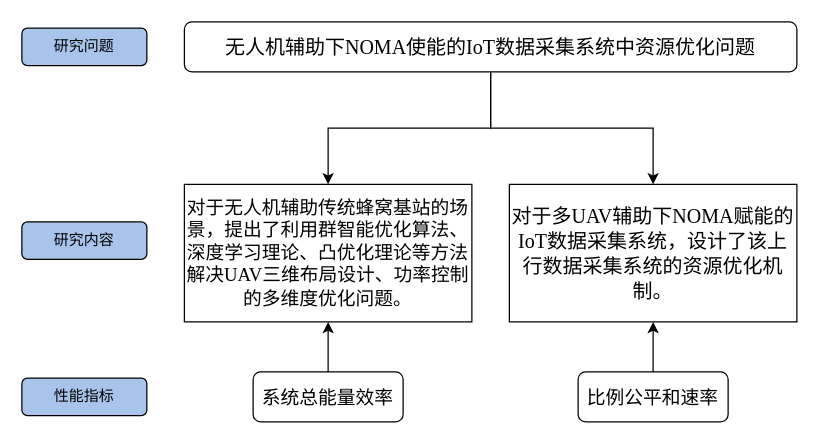
This is 论文框图.drawio from Nekoacy/Nekoac.github.io, a draw.io file, before an edit. Source tidied: cells renumbered, new cells numbered last; positions are measured from the earlier drawing's top-left corner, leaving out a move shared by most shapes. Both pictures are drawn from the tidied source at 125%, with x=0, y=0 at pixel (21, 21).
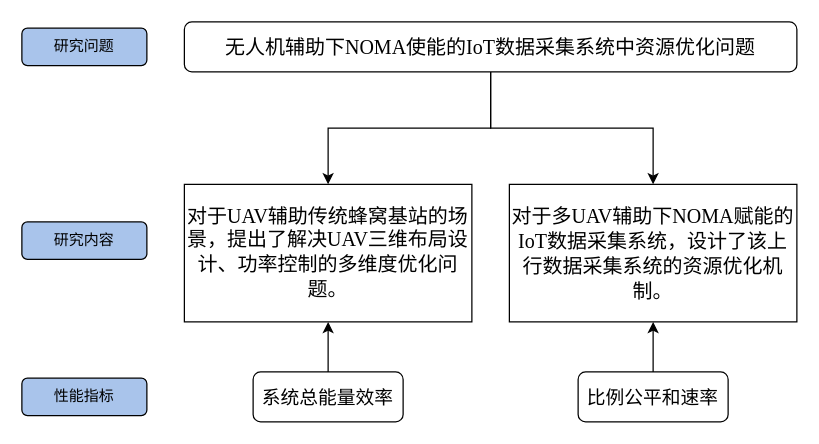
After the change.

Commit message (it also covers changes not shown here):
更新论文框图.drawio

Change to the diagram source:
```diff
@@
 <mxGraphModel>
   <root>
     <mxCell id="0" />
     <mxCell id="1" parent="0" />
     <mxCell id="2" style="edgeStyle=orthogonalEdgeStyle;rounded=0;jettySize=auto;html=1;entryX=0.5;entryY=0;entryDx=0;entryDy=0;exitX=0.5;exitY=1;exitDx=0;exitDy=0;" parent="1" edge="1" source="4" target="6">
       <mxGeometry relative="1" as="geometry" />
     </mxCell>
     <mxCell id="3" style="edgeStyle=orthogonalEdgeStyle;rounded=0;jettySize=auto;html=1;entryX=0.5;entryY=0;entryDx=0;entryDy=0;" parent="1" edge="1" source="4" target="7">
       <mxGeometry relative="1" as="geometry" />
     </mxCell>
     <mxCell id="4" value="&lt;span style=&quot;border-color: var(--border-color); font-family: 宋体; font-size: 16px; text-indent: 40.1333px;&quot;&gt;无人机辅助下&lt;/span&gt;&lt;span style=&quot;border-color: var(--border-color); font-size: 16px; text-indent: 40.1333px;&quot;&gt;&lt;font face=&quot;Times New Roman&quot;&gt;NOMA&lt;/font&gt;&lt;span style=&quot;font-family: 宋体; border-color: var(--border-color); line-height: 20px;&quot;&gt;使能的&lt;/span&gt;&lt;span style=&quot;border-color: var(--border-color); line-height: 20px;&quot; lang=&quot;EN-US&quot;&gt;&lt;font face=&quot;Times New Roman&quot;&gt;IoT&lt;/font&gt;&lt;/span&gt;&lt;span style=&quot;font-family: 宋体; border-color: var(--border-color); line-height: 20px;&quot;&gt;数据采集系统中资源优化问题&lt;/span&gt;&lt;/span&gt;" style="rounded=1;whiteSpace=wrap;html=1;align=center;" parent="1" vertex="1">
       <mxGeometry x="130" width="490" height="40" as="geometry" />
     </mxCell>
     <mxCell id="5" value="&lt;font face=&quot;宋体&quot;&gt;研究问题&lt;/font&gt;" style="rounded=1;whiteSpace=wrap;html=1;fillColor=#A9C4EB;" parent="1" vertex="1">
       <mxGeometry y="5" width="100" height="30" as="geometry" />
     </mxCell>
-    <mxCell id="6" value="&lt;font style=&quot;font-size: 15px;&quot;&gt;&lt;font style=&quot;font-size: 15px;&quot; face=&quot;宋体&quot;&gt;对于无人机辅助传统蜂窝基站的场景，提出了利用群智能优化算法、深度学习理论、凸优化理论等方法解决&lt;/font&gt;&lt;span style=&quot;line-height: 125%;&quot; lang=&quot;EN-US&quot;&gt;&lt;font style=&quot;font-size: 15px;&quot; face=&quot;Times New Roman&quot;&gt;UAV&lt;/font&gt;&lt;/span&gt;&lt;span style=&quot;font-family: 宋体; line-height: 125%;&quot;&gt;三维布局设计、功率控制的多维度优化问题。&lt;/span&gt;&lt;/font&gt;" style="rounded=0;whiteSpace=wrap;html=1;" parent="1" vertex="1">
+    <mxCell id="6" value="&lt;font style=&quot;font-size: 16px;&quot;&gt;&lt;font style=&quot;font-size: 16px;&quot; face=&quot;宋体&quot;&gt;对于&lt;/font&gt;&lt;font face=&quot;Times New Roman&quot; style=&quot;font-size: 16px;&quot;&gt;UAV&lt;/font&gt;&lt;font style=&quot;font-size: 16px;&quot; face=&quot;宋体&quot;&gt;辅助传统蜂窝基站的场景，提出了解决&lt;/font&gt;&lt;span style=&quot;line-height: 125%;&quot; lang=&quot;EN-US&quot;&gt;&lt;font style=&quot;font-size: 16px;&quot; face=&quot;Times New Roman&quot;&gt;UAV&lt;/font&gt;&lt;/span&gt;&lt;span style=&quot;font-family: 宋体; line-height: 125%;&quot;&gt;三维布局设计、功率控制的多维度优化问题。&lt;/span&gt;&lt;/font&gt;" style="rounded=0;whiteSpace=wrap;html=1;" parent="1" vertex="1">
       <mxGeometry x="130" y="130" width="230" height="110" as="geometry" />
     </mxCell>
     <mxCell id="7" value="&lt;font style=&quot;font-size: 16px;&quot;&gt;&lt;font style=&quot;font-size: 16px;&quot; face=&quot;宋体&quot;&gt;对于多&lt;/font&gt;&lt;span style=&quot;line-height: 125%; font-family: &amp;quot;Times New Roman&amp;quot;, serif;&quot; lang=&quot;EN-US&quot;&gt;UAV&lt;/span&gt;&lt;span style=&quot;line-height: 125%; font-family: 宋体;&quot;&gt;辅助下&lt;/span&gt;&lt;span style=&quot;line-height: 125%;&quot;&gt;&lt;font style=&quot;font-size: 16px;&quot; face=&quot;Times New Roman&quot;&gt;NOMA&lt;/font&gt;&lt;/span&gt;&lt;span style=&quot;line-height: 125%; font-family: 宋体;&quot;&gt;赋能的&lt;/span&gt;&lt;span style=&quot;line-height: 125%; font-family: &amp;quot;Times New Roman&amp;quot;, serif;&quot; lang=&quot;EN-US&quot;&gt;IoT&lt;/span&gt;&lt;span style=&quot;line-height: 125%; font-family: 宋体;&quot;&gt;数据采集系统，设计了该上行数据采集系统的资源优化机制。&lt;/span&gt;&lt;/font&gt;" style="rounded=0;whiteSpace=wrap;html=1;" parent="1" vertex="1">
       <mxGeometry x="390" y="130" width="230" height="110" as="geometry" />
     </mxCell>
     <mxCell id="8" style="edgeStyle=orthogonalEdgeStyle;rounded=0;jettySize=auto;html=1;entryX=0.5;entryY=1;entryDx=0;entryDy=0;" parent="1" edge="1" source="9" target="6">
       <mxGeometry relative="1" as="geometry" />
     </mxCell>
     <mxCell id="9" value="&lt;font style=&quot;font-size: 15px;&quot; face=&quot;宋体&quot;&gt;系统总能量效率&lt;/font&gt;" style="rounded=1;whiteSpace=wrap;html=1;" parent="1" vertex="1">
       <mxGeometry x="185" y="280" width="120" height="40" as="geometry" />
     </mxCell>
     <mxCell id="10" style="edgeStyle=orthogonalEdgeStyle;rounded=0;jettySize=auto;html=1;exitX=0.5;exitY=0;exitDx=0;exitDy=0;entryX=0.5;entryY=1;entryDx=0;entryDy=0;" parent="1" edge="1" source="11" target="7">
       <mxGeometry relative="1" as="geometry" />
     </mxCell>
     <mxCell id="11" value="&lt;font style=&quot;font-size: 15px;&quot; face=&quot;宋体&quot;&gt;比例公平和速率&lt;/font&gt;" style="rounded=1;whiteSpace=wrap;html=1;" parent="1" vertex="1">
       <mxGeometry x="445" y="280" width="120" height="40" as="geometry" />
     </mxCell>
     <mxCell id="12" value="&lt;font face=&quot;宋体&quot;&gt;研究内容&lt;/font&gt;" style="rounded=1;whiteSpace=wrap;html=1;fillColor=#A9C4EB;" parent="1" vertex="1">
       <mxGeometry y="160" width="100" height="30" as="geometry" />
     </mxCell>
     <mxCell id="13" value="&lt;font face=&quot;宋体&quot;&gt;性能指标&lt;/font&gt;" style="rounded=1;whiteSpace=wrap;html=1;fillColor=#A9C4EB;" parent="1" vertex="1">
       <mxGeometry y="285" width="100" height="30" as="geometry" />
     </mxCell>
   </root>
 </mxGraphModel>
```
